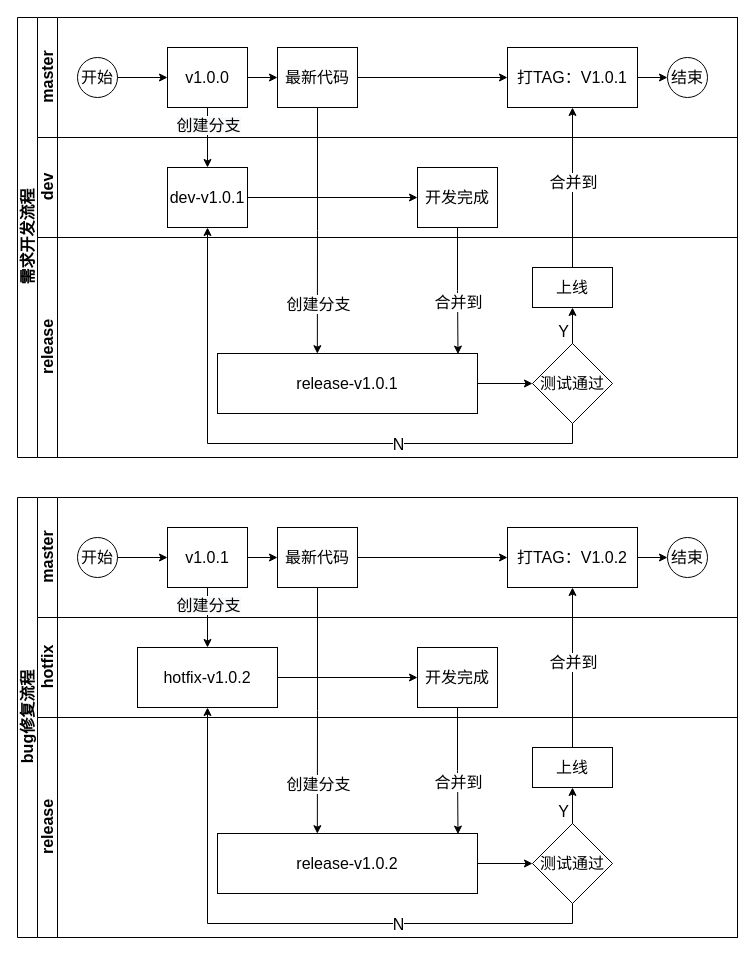
The draw.io diagram page "git分支使用规范" (1 of 4) of 研发规范.drawio in aspojo/diagrams, before the edit. Source tidied: cells renumbered, new cells numbered last; positions are measured from the earlier drawing's top-left corner, leaving out a move shared by most shapes. Both pictures are drawn from the tidied source at 100%, with x=0, y=0 at pixel (17, 17).
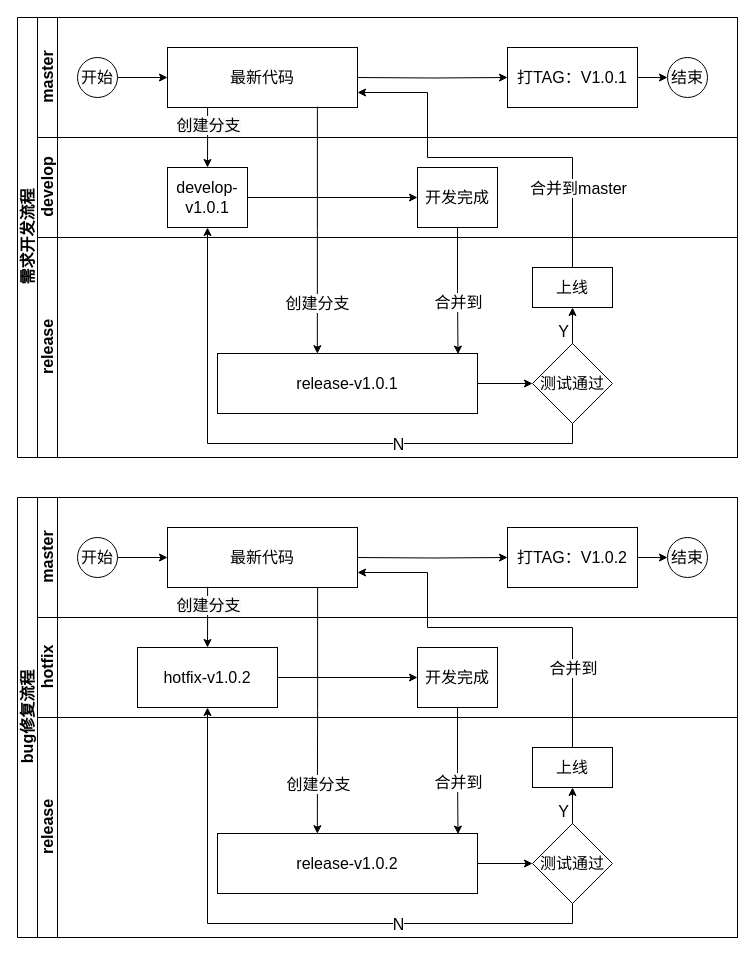
The same diagram, later.

Commit message:
更新研发规范.drawio

The change refers to these unchanged cells:
```xml
<mxCell id="2" value="需求开发流程" style="swimlane;html=1;horizontal=0;startSize=20;fontSize=16;" parent="1" vertex="1">
  <mxGeometry width="720" height="440" as="geometry" />
</mxCell>
<mxCell id="3" value="master" style="swimlane;html=1;startSize=20;horizontal=0;fontSize=16;" parent="2" vertex="1">
  <mxGeometry x="20" width="700" height="120" as="geometry" />
</mxCell>
<mxCell id="9" value="打TAG：V1.0.1" style="rounded=0;whiteSpace=wrap;html=1;fontFamily=Helvetica;fontSize=16;fontColor=#000000;align=center;" parent="3" vertex="1">
  <mxGeometry x="470" y="30" width="130" height="60" as="geometry" />
</mxCell>
<mxCell id="18" value="release-v1.0.1" style="rounded=0;whiteSpace=wrap;html=1;fontFamily=Helvetica;fontSize=16;fontColor=#000000;align=center;" parent="17" vertex="1">
  <mxGeometry x="180" y="116" width="260" height="60" as="geometry" />
</mxCell>
<mxCell id="21" value="上线" style="rounded=0;whiteSpace=wrap;html=1;fontFamily=Helvetica;fontSize=16;fontColor=#000000;align=center;" parent="17" vertex="1">
  <mxGeometry x="495" y="30" width="80" height="40" as="geometry" />
</mxCell>
<mxCell id="34" value="bug修复流程" style="swimlane;html=1;horizontal=0;startSize=20;fontSize=16;" parent="1" vertex="1">
  <mxGeometry y="480" width="720" height="440" as="geometry" />
</mxCell>
<mxCell id="35" value="master" style="swimlane;html=1;startSize=20;horizontal=0;fontSize=16;" parent="34" vertex="1">
  <mxGeometry x="20" width="700" height="120" as="geometry" />
</mxCell>
<mxCell id="41" value="打TAG：V1.0.2" style="rounded=0;whiteSpace=wrap;html=1;fontFamily=Helvetica;fontSize=16;fontColor=#000000;align=center;" parent="35" vertex="1">
  <mxGeometry x="470" y="30" width="130" height="60" as="geometry" />
</mxCell>
<mxCell id="47" value="hotfix-v1.0.2" style="rounded=0;whiteSpace=wrap;html=1;fontFamily=Helvetica;fontSize=16;fontColor=#000000;align=center;" parent="45" vertex="1">
  <mxGeometry x="100" y="30" width="140" height="60" as="geometry" />
</mxCell>
<mxCell id="50" value="release-v1.0.2" style="rounded=0;whiteSpace=wrap;html=1;fontFamily=Helvetica;fontSize=16;fontColor=#000000;align=center;" parent="49" vertex="1">
  <mxGeometry x="180" y="116" width="260" height="60" as="geometry" />
</mxCell>
<mxCell id="53" value="上线" style="rounded=0;whiteSpace=wrap;html=1;fontFamily=Helvetica;fontSize=16;fontColor=#000000;align=center;" parent="49" vertex="1">
  <mxGeometry x="495" y="30" width="80" height="40" as="geometry" />
</mxCell>
```

Change to the diagram source:
```diff
@@
-    <mxCell id="6" style="edgeStyle=orthogonalEdgeStyle;rounded=0;jettySize=auto;html=1;fontSize=16;" parent="3" edge="1" source="7" target="12">
-      <mxGeometry relative="1" as="geometry" />
-    </mxCell>
-    <mxCell id="7" value="v1.0.0" style="rounded=0;whiteSpace=wrap;html=1;fontFamily=Helvetica;fontSize=16;fontColor=#000000;align=center;" parent="3" vertex="1">
-      <mxGeometry x="130" y="30" width="80" height="60" as="geometry" />
+    <mxCell id="7" value="最新代码" style="rounded=0;whiteSpace=wrap;html=1;fontFamily=Helvetica;fontSize=16;fontColor=#000000;align=center;" parent="3" vertex="1">
+      <mxGeometry x="130" y="30" width="190" height="60" as="geometry" />
     </mxCell>
@@
-    <mxCell id="11" style="edgeStyle=orthogonalEdgeStyle;rounded=0;jettySize=auto;html=1;fontSize=16;" parent="3" edge="1" source="12" target="9">
-      <mxGeometry relative="1" as="geometry" />
+    <mxCell id="11" style="edgeStyle=orthogonalEdgeStyle;rounded=0;jettySize=auto;html=1;fontSize=16;" parent="3" edge="1" target="9">
+      <mxGeometry relative="1" as="geometry">
+        <mxPoint x="320" y="60" as="sourcePoint" />
+      </mxGeometry>
     </mxCell>
-    <mxCell id="12" value="最新代码" style="rounded=0;whiteSpace=wrap;html=1;fontFamily=Helvetica;fontSize=16;fontColor=#000000;align=center;" parent="3" vertex="1">
-      <mxGeometry x="240" y="30" width="80" height="60" as="geometry" />
-    </mxCell>
-    <mxCell id="13" value="dev" style="swimlane;html=1;startSize=20;horizontal=0;fontSize=16;" parent="2" vertex="1">
+    <mxCell id="13" value="develop" style="swimlane;html=1;startSize=20;horizontal=0;fontSize=16;" parent="2" vertex="1">
       <mxGeometry x="20" y="120" width="700" height="100" as="geometry" />
     </mxCell>
@@
-    <mxCell id="15" value="dev-v1.0.1" style="rounded=0;whiteSpace=wrap;html=1;fontFamily=Helvetica;fontSize=16;fontColor=#000000;align=center;" parent="13" vertex="1">
+    <mxCell id="15" value="develop-v1.0.1" style="rounded=0;whiteSpace=wrap;html=1;fontFamily=Helvetica;fontSize=16;fontColor=#000000;align=center;" parent="13" vertex="1">
       <mxGeometry x="130" y="30" width="80" height="60" as="geometry" />
     </mxCell>
@@
-    <mxCell id="24" style="edgeStyle=orthogonalEdgeStyle;rounded=0;jettySize=auto;html=1;entryX=0.5;entryY=0;entryDx=0;entryDy=0;fontSize=16;" parent="2" edge="1" source="7" target="15">
+    <mxCell id="24" style="edgeStyle=orthogonalEdgeStyle;rounded=0;jettySize=auto;html=1;entryX=0.5;entryY=0;entryDx=0;entryDy=0;fontSize=16;exitX=0.211;exitY=1.003;exitDx=0;exitDy=0;exitPerimeter=0;" parent="2" edge="1" source="7" target="15">
       <mxGeometry relative="1" as="geometry" />
     </mxCell>
@@
-    <mxCell id="28" style="edgeStyle=orthogonalEdgeStyle;rounded=0;jettySize=auto;html=1;fontSize=16;entryX=0.384;entryY=0.003;entryDx=0;entryDy=0;entryPerimeter=0;" parent="2" edge="1" source="12" target="18">
+    <mxCell id="28" style="edgeStyle=orthogonalEdgeStyle;rounded=0;jettySize=auto;html=1;fontSize=16;entryX=0.384;entryY=0.003;entryDx=0;entryDy=0;entryPerimeter=0;exitX=0.789;exitY=0.986;exitDx=0;exitDy=0;exitPerimeter=0;" parent="2" edge="1" source="7" target="18">
       <mxGeometry relative="1" as="geometry" />
     </mxCell>
@@
-    <mxCell id="30" style="edgeStyle=orthogonalEdgeStyle;rounded=0;jettySize=auto;html=1;fontSize=16;" parent="2" edge="1" source="21" target="9">
-      <mxGeometry relative="1" as="geometry" />
+    <mxCell id="30" style="edgeStyle=orthogonalEdgeStyle;rounded=0;jettySize=auto;html=1;fontSize=16;entryX=1;entryY=0.75;entryDx=0;entryDy=0;" parent="2" edge="1" source="21" target="7">
+      <mxGeometry relative="1" as="geometry">
+        <Array as="points">
+          <mxPoint x="555" y="140" />
+          <mxPoint x="410" y="140" />
+          <mxPoint x="410" y="75" />
+        </Array>
+      </mxGeometry>
     </mxCell>
-    <mxCell id="31" value="合并到" style="edgeLabel;html=1;align=center;verticalAlign=middle;fontSize=16;" parent="30" vertex="1">
-      <mxGeometry x="0.08" relative="1" as="geometry" />
+    <mxCell id="31" value="合并到master" style="edgeLabel;html=1;align=center;verticalAlign=middle;fontSize=16;" parent="30" vertex="1">
+      <mxGeometry x="0.08" relative="1" as="geometry">
+        <mxPoint x="106" y="30" as="offset" />
+      </mxGeometry>
     </mxCell>
@@
-    <mxCell id="38" style="edgeStyle=orthogonalEdgeStyle;rounded=0;jettySize=auto;html=1;fontSize=16;" parent="35" edge="1" source="39" target="44">
-      <mxGeometry relative="1" as="geometry" />
-    </mxCell>
-    <mxCell id="39" value="v1.0.1" style="rounded=0;whiteSpace=wrap;html=1;fontFamily=Helvetica;fontSize=16;fontColor=#000000;align=center;" parent="35" vertex="1">
-      <mxGeometry x="130" y="30" width="80" height="60" as="geometry" />
+    <mxCell id="39" value="最新代码" style="rounded=0;whiteSpace=wrap;html=1;fontFamily=Helvetica;fontSize=16;fontColor=#000000;align=center;" parent="35" vertex="1">
+      <mxGeometry x="130" y="30" width="190" height="60" as="geometry" />
     </mxCell>
@@
-    <mxCell id="43" style="edgeStyle=orthogonalEdgeStyle;rounded=0;jettySize=auto;html=1;fontSize=16;" parent="35" edge="1" source="44" target="41">
-      <mxGeometry relative="1" as="geometry" />
+    <mxCell id="43" style="edgeStyle=orthogonalEdgeStyle;rounded=0;jettySize=auto;html=1;fontSize=16;" parent="35" edge="1" target="41">
+      <mxGeometry relative="1" as="geometry">
+        <mxPoint x="320" y="60" as="sourcePoint" />
+      </mxGeometry>
     </mxCell>
-    <mxCell id="44" value="最新代码" style="rounded=0;whiteSpace=wrap;html=1;fontFamily=Helvetica;fontSize=16;fontColor=#000000;align=center;" parent="35" vertex="1">
-      <mxGeometry x="240" y="30" width="80" height="60" as="geometry" />
-    </mxCell>
@@
-    <mxCell id="56" style="edgeStyle=orthogonalEdgeStyle;rounded=0;jettySize=auto;html=1;entryX=0.5;entryY=0;entryDx=0;entryDy=0;fontSize=16;" parent="34" edge="1" source="39" target="47">
+    <mxCell id="56" style="edgeStyle=orthogonalEdgeStyle;rounded=0;jettySize=auto;html=1;entryX=0.5;entryY=0;entryDx=0;entryDy=0;fontSize=16;exitX=0.211;exitY=0.988;exitDx=0;exitDy=0;exitPerimeter=0;" parent="34" edge="1" source="39" target="47">
       <mxGeometry relative="1" as="geometry" />
     </mxCell>
@@
-    <mxCell id="60" style="edgeStyle=orthogonalEdgeStyle;rounded=0;jettySize=auto;html=1;fontSize=16;entryX=0.384;entryY=0.003;entryDx=0;entryDy=0;entryPerimeter=0;" parent="34" edge="1" source="44" target="50">
+    <mxCell id="60" style="edgeStyle=orthogonalEdgeStyle;rounded=0;jettySize=auto;html=1;fontSize=16;entryX=0.384;entryY=0.003;entryDx=0;entryDy=0;entryPerimeter=0;exitX=0.79;exitY=1.001;exitDx=0;exitDy=0;exitPerimeter=0;" parent="34" edge="1" source="39" target="50">
       <mxGeometry relative="1" as="geometry" />
     </mxCell>
@@
-    <mxCell id="62" style="edgeStyle=orthogonalEdgeStyle;rounded=0;jettySize=auto;html=1;fontSize=16;" parent="34" edge="1" source="53" target="41">
-      <mxGeometry relative="1" as="geometry" />
+    <mxCell id="62" style="edgeStyle=orthogonalEdgeStyle;rounded=0;jettySize=auto;html=1;fontSize=16;" parent="34" edge="1" source="53">
+      <mxGeometry relative="1" as="geometry">
+        <mxPoint x="340" y="75" as="targetPoint" />
+        <Array as="points">
+          <mxPoint x="555" y="130" />
+          <mxPoint x="410" y="130" />
+          <mxPoint x="410" y="75" />
+        </Array>
+      </mxGeometry>
     </mxCell>
     <mxCell id="63" value="合并到" style="edgeLabel;html=1;align=center;verticalAlign=middle;fontSize=16;" parent="62" vertex="1">
-      <mxGeometry x="0.08" relative="1" as="geometry" />
+      <mxGeometry x="0.08" relative="1" as="geometry">
+        <mxPoint x="91" y="40" as="offset" />
+      </mxGeometry>
     </mxCell>
```
